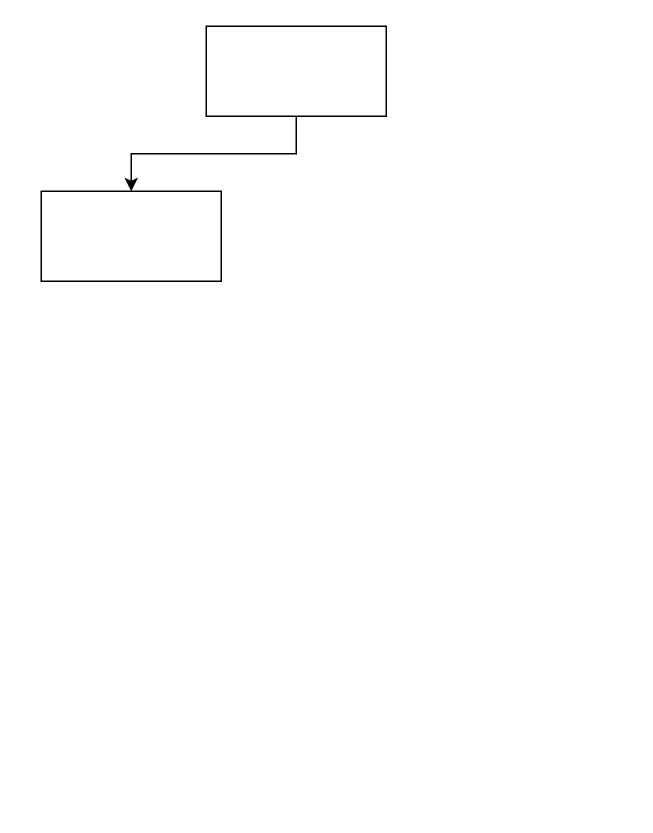
This is 未命名绘图1.drawio from archwolf118/AI, a draw.io file, before an edit. Source tidied: cells renumbered, new cells numbered last; positions are measured from the earlier drawing's top-left corner, leaving out a move shared by most shapes. Both pictures are drawn from the tidied source at 150%, with x=0, y=0 at pixel (40, 26).
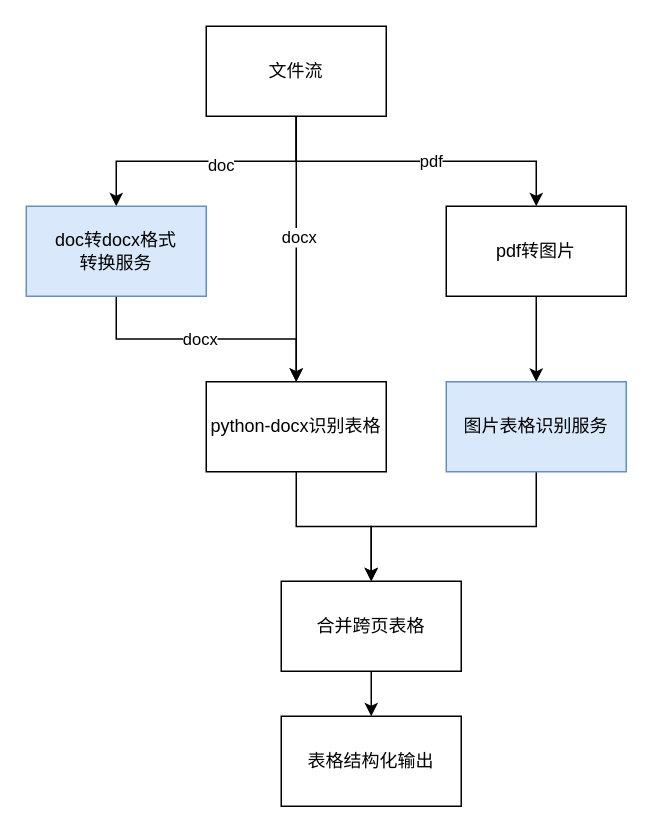
After the change.

Commit message:
更新未命名绘图1.drawio

The change refers to these unchanged cells:
```xml
<mxCell id="2" style="edgeStyle=orthogonalEdgeStyle;rounded=0;jettySize=auto;html=1;exitX=0.5;exitY=1;exitDx=0;exitDy=0;entryX=0.5;entryY=0;entryDx=0;entryDy=0;" parent="1" edge="1" source="3" target="4">
  <mxGeometry relative="1" as="geometry" />
</mxCell>
```

Change to the diagram source:
```diff
@@
+    <mxCell id="5" value="doc" style="edgeLabel;html=1;align=center;verticalAlign=middle;" parent="2" vertex="1">
+      <mxGeometry x="-0.1" y="2" relative="1" as="geometry" />
+    </mxCell>
+    <mxCell id="6" style="edgeStyle=orthogonalEdgeStyle;rounded=0;jettySize=auto;html=1;exitX=0.5;exitY=1;exitDx=0;exitDy=0;entryX=0.5;entryY=0;entryDx=0;entryDy=0;" parent="1" edge="1" source="3" target="13">
+      <mxGeometry relative="1" as="geometry" />
+    </mxCell>
+    <mxCell id="7" value="pdf" style="edgeLabel;html=1;align=center;verticalAlign=middle;" parent="6" vertex="1">
+      <mxGeometry x="0.08" y="1" relative="1" as="geometry" />
+    </mxCell>
+    <mxCell id="8" style="edgeStyle=orthogonalEdgeStyle;rounded=0;jettySize=auto;html=1;exitX=0.5;exitY=1;exitDx=0;exitDy=0;entryX=0.5;entryY=0;entryDx=0;entryDy=0;" parent="1" edge="1" source="3" target="15">
+      <mxGeometry relative="1" as="geometry" />
+    </mxCell>
+    <mxCell id="9" value="docx" style="edgeLabel;html=1;align=center;verticalAlign=middle;" parent="8" vertex="1">
+      <mxGeometry x="-0.1" y="1" relative="1" as="geometry" />
+    </mxCell>
-    <mxCell id="3" style="rounded=0;whiteSpace=wrap;html=1;" parent="1" vertex="1">
+    <mxCell id="3" value="文件流" style="rounded=0;whiteSpace=wrap;html=1;" parent="1" vertex="1">
       <mxGeometry x="110" width="120" height="60" as="geometry" />
     </mxCell>
+    <mxCell id="10" style="edgeStyle=orthogonalEdgeStyle;rounded=0;jettySize=auto;html=1;exitX=0.5;exitY=1;exitDx=0;exitDy=0;entryX=0.5;entryY=0;entryDx=0;entryDy=0;" parent="1" edge="1" source="4" target="15">
+      <mxGeometry relative="1" as="geometry" />
+    </mxCell>
+    <mxCell id="11" value="docx" style="edgeLabel;html=1;align=center;verticalAlign=middle;" parent="10" vertex="1">
+      <mxGeometry x="-0.06" y="1" relative="1" as="geometry">
+        <mxPoint x="1" y="1" as="offset" />
+      </mxGeometry>
+    </mxCell>
-    <mxCell id="4" style="rounded=0;whiteSpace=wrap;html=1;" parent="1" vertex="1">
-      <mxGeometry y="110" width="120" height="60" as="geometry" />
+    <mxCell id="4" value="doc转docx格式&lt;br&gt;转换服务" style="rounded=0;whiteSpace=wrap;html=1;fillColor=#dae8fc;strokeColor=#6c8ebf;" parent="1" vertex="1">
+      <mxGeometry x="-10" y="120" width="120" height="60" as="geometry" />
     </mxCell>
+    <mxCell id="12" style="edgeStyle=orthogonalEdgeStyle;rounded=0;jettySize=auto;html=1;exitX=0.5;exitY=1;exitDx=0;exitDy=0;entryX=0.5;entryY=0;entryDx=0;entryDy=0;" parent="1" edge="1" source="13" target="17">
+      <mxGeometry relative="1" as="geometry" />
+    </mxCell>
+    <mxCell id="13" value="pdf转图片" style="rounded=0;whiteSpace=wrap;html=1;" parent="1" vertex="1">
+      <mxGeometry x="270" y="120" width="120" height="60" as="geometry" />
+    </mxCell>
+    <mxCell id="14" style="edgeStyle=orthogonalEdgeStyle;rounded=0;jettySize=auto;html=1;exitX=0.5;exitY=1;exitDx=0;exitDy=0;" parent="1" edge="1" source="15" target="19">
+      <mxGeometry relative="1" as="geometry" />
+    </mxCell>
+    <mxCell id="15" value="python-docx识别表格" style="rounded=0;whiteSpace=wrap;html=1;" parent="1" vertex="1">
+      <mxGeometry x="110" y="237" width="120" height="60" as="geometry" />
+    </mxCell>
+    <mxCell id="16" style="edgeStyle=orthogonalEdgeStyle;rounded=0;jettySize=auto;html=1;exitX=0.5;exitY=1;exitDx=0;exitDy=0;entryX=0.5;entryY=0;entryDx=0;entryDy=0;" parent="1" edge="1" source="17" target="19">
+      <mxGeometry relative="1" as="geometry" />
+    </mxCell>
+    <mxCell id="17" value="图片表格识别服务" style="rounded=0;whiteSpace=wrap;html=1;fillColor=#dae8fc;strokeColor=#6c8ebf;" parent="1" vertex="1">
+      <mxGeometry x="270" y="237" width="120" height="60" as="geometry" />
+    </mxCell>
+    <mxCell id="18" style="edgeStyle=orthogonalEdgeStyle;rounded=0;jettySize=auto;html=1;exitX=0.5;exitY=1;exitDx=0;exitDy=0;" parent="1" edge="1" source="19">
+      <mxGeometry relative="1" as="geometry">
+        <mxPoint x="220" y="460" as="targetPoint" />
+      </mxGeometry>
+    </mxCell>
+    <mxCell id="19" value="合并跨页表格" style="rounded=0;whiteSpace=wrap;html=1;" parent="1" vertex="1">
+      <mxGeometry x="160" y="370" width="120" height="60" as="geometry" />
+    </mxCell>
+    <mxCell id="20" value="表格结构化输出" style="rounded=0;whiteSpace=wrap;html=1;" parent="1" vertex="1">
+      <mxGeometry x="160" y="460" width="120" height="60" as="geometry" />
+    </mxCell>
```
